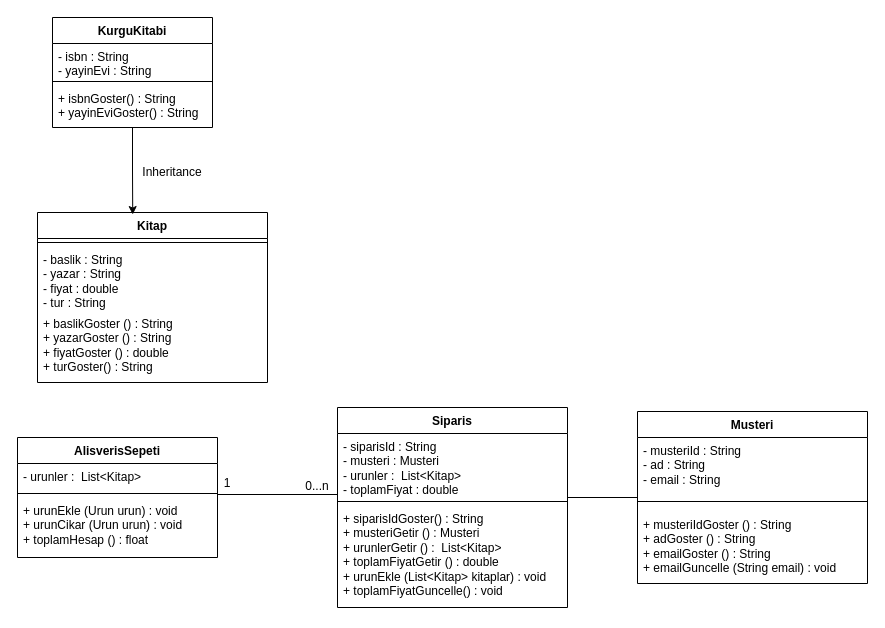
The draw.io diagram LapWeek4/Soru3.drawio in MOHAMMEDALMASHHOR/Yazilim_Tasarim_ve_Mimarisi, before the edit. Source tidied: cells renumbered, new cells numbered last; positions are measured from the earlier drawing's top-left corner, leaving out a move shared by most shapes. Both pictures are drawn from the tidied source at 100%, with x=0, y=0 at pixel (17, 17).
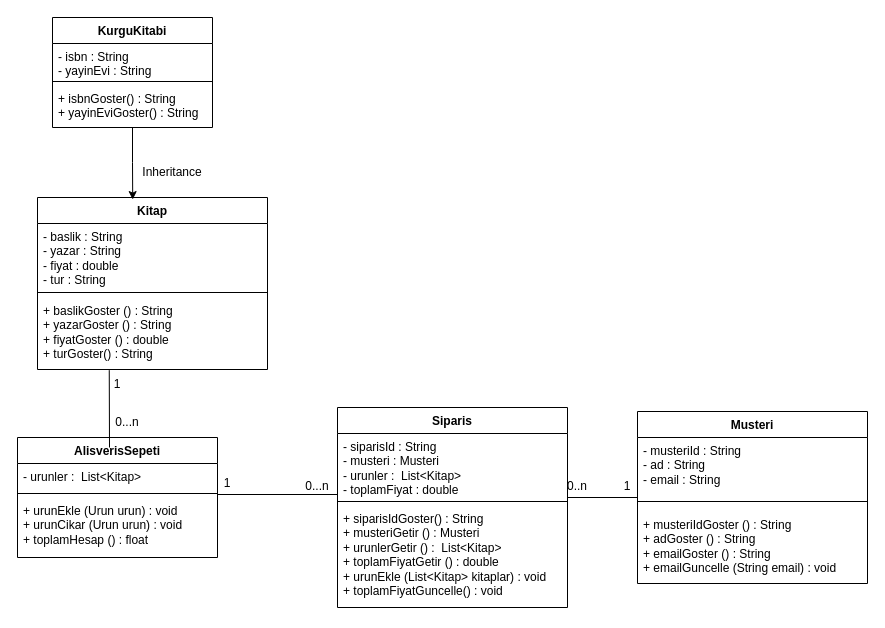
The same diagram, later.

Change to the diagram source:
```diff
@@
     <mxCell id="2" value="Kitap" style="swimlane;fontStyle=1;align=center;verticalAlign=top;horizontal=1;startSize=26;whiteSpace=wrap;html=1;" parent="1" vertex="1">
-      <mxGeometry x="20" y="195" width="230" height="170" as="geometry" />
+      <mxGeometry x="20" y="180" width="230" height="172" as="geometry" />
     </mxCell>
+    <mxCell id="4" value="&lt;div&gt;- baslik : String&lt;/div&gt;&lt;div&gt;- yazar : String&lt;/div&gt;&lt;div&gt;- fiyat : double&lt;/div&gt;&lt;div&gt;- tur : String&lt;/div&gt;" style="text;strokeColor=none;fillColor=none;align=left;verticalAlign=top;spacingLeft=4;spacingRight=4;overflow=hidden;whiteSpace=wrap;html=1;" parent="2" vertex="1">
+      <mxGeometry y="26" width="230" height="64" as="geometry" />
+    </mxCell>
     <mxCell id="3" style="line;strokeWidth=1;fillColor=none;align=left;verticalAlign=middle;spacingTop=-1;spacingLeft=3;spacingRight=3;labelPosition=right;strokeColor=inherit;" parent="2" vertex="1">
-      <mxGeometry y="26" width="230" height="8" as="geometry" />
+      <mxGeometry y="90" width="230" height="10" as="geometry" />
     </mxCell>
-    <mxCell id="4" value="&lt;div&gt;- baslik : String&lt;/div&gt;&lt;div&gt;- yazar : String&lt;/div&gt;&lt;div&gt;- fiyat : double&lt;/div&gt;&lt;div&gt;- tur : String&lt;/div&gt;" style="text;strokeColor=none;fillColor=none;align=left;verticalAlign=top;spacingLeft=4;spacingRight=4;overflow=hidden;whiteSpace=wrap;html=1;" parent="2" vertex="1">
-      <mxGeometry y="34" width="230" height="64" as="geometry" />
-    </mxCell>
     <mxCell id="5" value="&lt;div&gt;+ baslikGoster () : String&lt;/div&gt;&lt;div&gt;+ yazarGoster () : String&amp;nbsp;&lt;/div&gt;&lt;div&gt;+ fiyatGoster () : double&amp;nbsp;&lt;/div&gt;&lt;div&gt;+ turGoster() : String&lt;/div&gt;" style="text;strokeColor=none;fillColor=none;align=left;verticalAlign=top;spacingLeft=4;spacingRight=4;overflow=hidden;points=[[0,0.5],[1,0.5]];portConstraint=eastwest;whiteSpace=wrap;html=1;" parent="2" vertex="1">
-      <mxGeometry y="98" width="230" height="72" as="geometry" />
+      <mxGeometry y="100" width="230" height="72" as="geometry" />
     </mxCell>
@@
+    <mxCell id="28" style="endArrow=none;html=1;rounded=0;entryX=0.312;entryY=1.009;entryDx=0;entryDy=0;entryPerimeter=0;" parent="1" edge="1" target="5">
+      <mxGeometry relative="1" as="geometry">
+        <mxPoint x="92" y="430" as="sourcePoint" />
+      </mxGeometry>
+    </mxCell>
+    <mxCell id="29" value="1" style="text;html=1;align=center;verticalAlign=middle;whiteSpace=wrap;rounded=0;" parent="1" vertex="1">
+      <mxGeometry x="70" y="352" width="60" height="30" as="geometry" />
+    </mxCell>
+    <mxCell id="30" value="0...n" style="text;html=1;align=center;verticalAlign=middle;whiteSpace=wrap;rounded=0;" parent="1" vertex="1">
+      <mxGeometry x="80" y="390" width="60" height="30" as="geometry" />
+    </mxCell>
+    <mxCell id="31" value="1" style="text;html=1;align=center;verticalAlign=middle;whiteSpace=wrap;rounded=0;" parent="1" vertex="1">
+      <mxGeometry x="580" y="454" width="60" height="30" as="geometry" />
+    </mxCell>
+    <mxCell id="32" value="0..n" style="text;html=1;align=center;verticalAlign=middle;whiteSpace=wrap;rounded=0;" parent="1" vertex="1">
+      <mxGeometry x="530" y="454" width="60" height="30" as="geometry" />
+    </mxCell>
```
